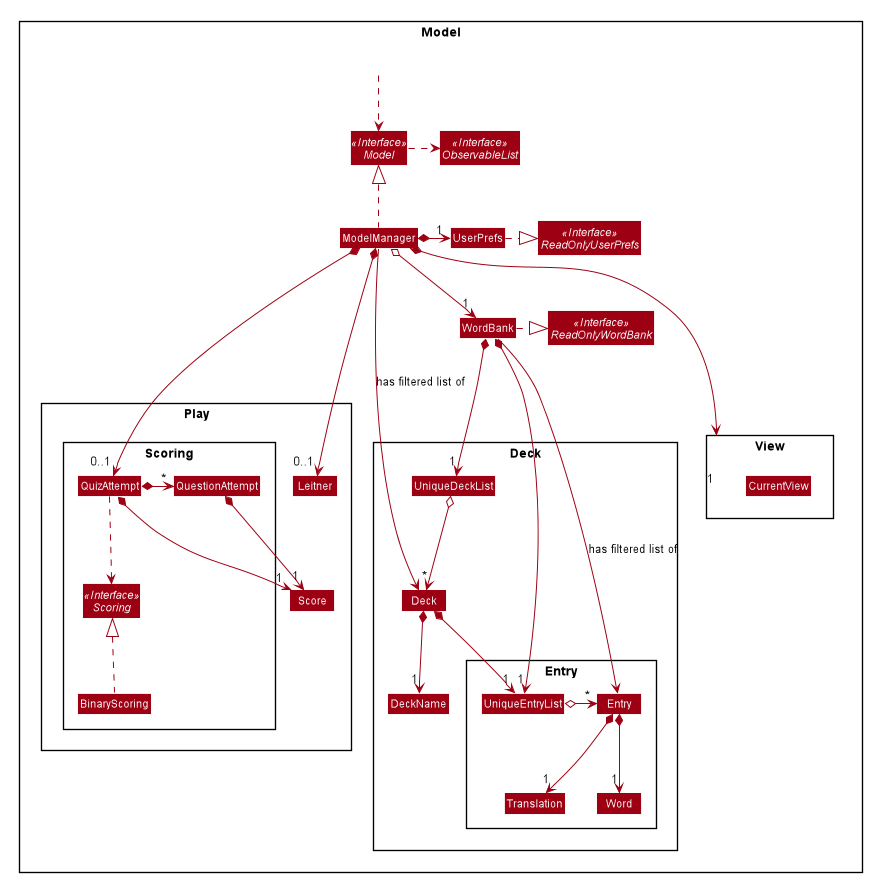
The PlantUML diagram docs/images/ModelClassDiagram.png in vigneshbhuvan-nus/tp, before a commit.
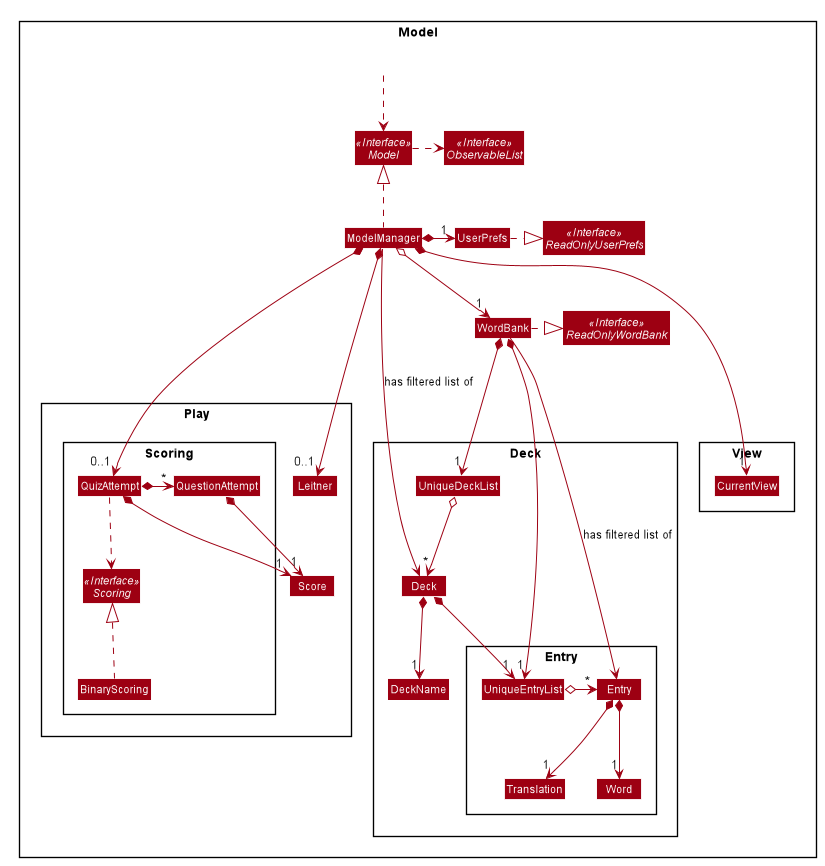
Later version of the same file.

Diff of the diagram source:
```diff
@@ -123,6 +123,6 @@
 ModelManager *--->"0..1" Leitner
 ModelManager *-->"0..1" QuizAttempt
 ModelManager -> Deck: has filtered list of
-ModelManager *--->"1" View
+ModelManager *--->"1" CurrentView
 
 @enduml
```
